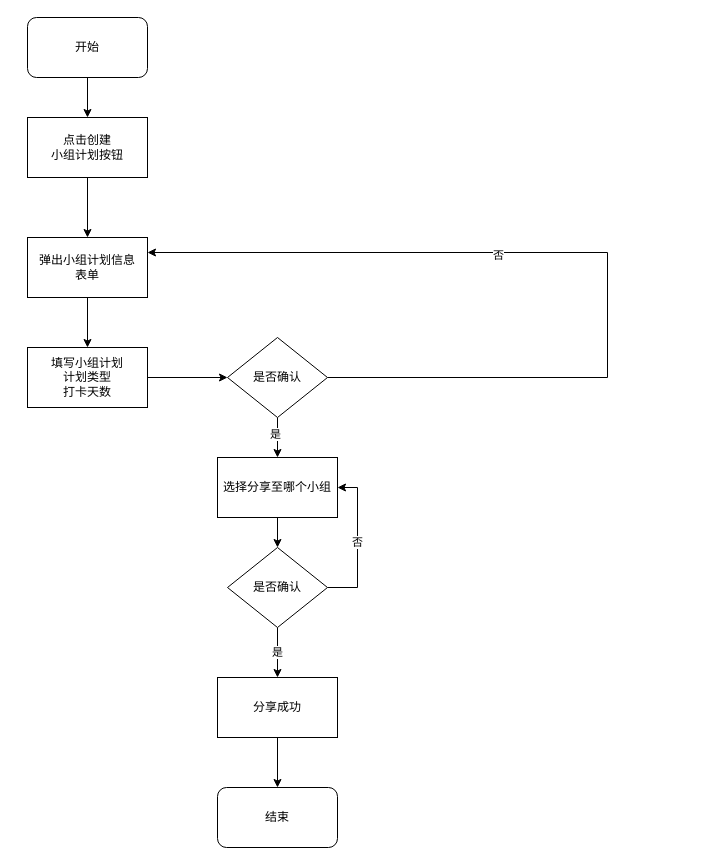
The draw.io diagram myPlan_flowChat.drawio in JohnnyLin12/GJR_BBS, before the edit. Source tidied: cells renumbered, new cells numbered last; positions are measured from the earlier drawing's top-left corner, leaving out a move shared by most shapes. Both pictures are drawn from the tidied source at 100%, with x=0, y=0 at pixel (27, 17).
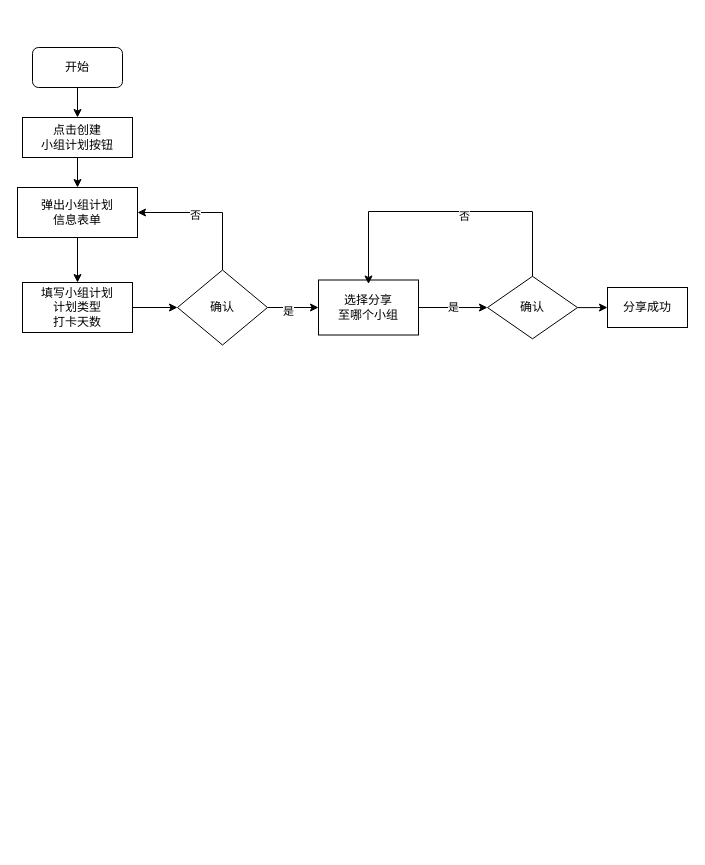
The same page after the edit.

The edit, as a diff of the source:
```diff
@@
     <mxCell id="3" value="开始" style="rounded=1;whiteSpace=wrap;html=1;" parent="1" vertex="1">
-      <mxGeometry width="120" height="60" as="geometry" />
+      <mxGeometry x="5" y="30" width="90" height="40" as="geometry" />
     </mxCell>
@@
     <mxCell id="5" value="点击创建&lt;br&gt;小组计划按钮" style="rounded=0;whiteSpace=wrap;html=1;" parent="1" vertex="1">
-      <mxGeometry y="100" width="120" height="60" as="geometry" />
+      <mxGeometry x="-5" y="100" width="110" height="40" as="geometry" />
     </mxCell>
@@
-    <mxCell id="7" value="弹出小组计划信息&lt;br&gt;表单" style="whiteSpace=wrap;html=1;rounded=0;" parent="1" vertex="1">
-      <mxGeometry y="220" width="120" height="60" as="geometry" />
+    <mxCell id="7" value="弹出小组计划&lt;br&gt;信息表单" style="whiteSpace=wrap;html=1;rounded=0;" parent="1" vertex="1">
+      <mxGeometry x="-10" y="170" width="120" height="50" as="geometry" />
     </mxCell>
@@
     <mxCell id="9" value="填写小组计划&lt;br&gt;计划类型&lt;br&gt;打卡天数" style="whiteSpace=wrap;html=1;rounded=0;" parent="1" vertex="1">
-      <mxGeometry y="330" width="120" height="60" as="geometry" />
+      <mxGeometry x="-5" y="265" width="110" height="50" as="geometry" />
     </mxCell>
-    <mxCell id="10" style="edgeStyle=orthogonalEdgeStyle;rounded=0;jettySize=auto;html=1;entryX=1;entryY=0.25;entryDx=0;entryDy=0;" parent="1" edge="1" source="14" target="7">
+    <mxCell id="10" style="edgeStyle=orthogonalEdgeStyle;rounded=0;jettySize=auto;html=1;entryX=1;entryY=0.5;entryDx=0;entryDy=0;exitX=0.5;exitY=0;exitDx=0;exitDy=0;" parent="1" edge="1" source="14" target="7">
       <mxGeometry relative="1" as="geometry">
         <Array as="points">
-          <mxPoint x="580" y="235" />
+          <mxPoint x="195" y="195" />
         </Array>
       </mxGeometry>
     </mxCell>
@@
-    <mxCell id="14" value="是否确认" style="rhombus;whiteSpace=wrap;html=1;rounded=0;" parent="1" vertex="1">
-      <mxGeometry x="200" y="320" width="100" height="80" as="geometry" />
+    <mxCell id="14" value="确认" style="rhombus;whiteSpace=wrap;html=1;rounded=0;" parent="1" vertex="1">
+      <mxGeometry x="150" y="252.5" width="90" height="75" as="geometry" />
     </mxCell>
-    <mxCell id="15" style="edgeStyle=orthogonalEdgeStyle;rounded=0;jettySize=auto;html=1;entryX=0.5;entryY=0;entryDx=0;entryDy=0;" parent="1" edge="1" source="16" target="19">
-      <mxGeometry relative="1" as="geometry" />
-    </mxCell>
+    <mxCell id="17" value="是" style="edgeStyle=orthogonalEdgeStyle;rounded=0;jettySize=auto;html=1;entryX=0;entryY=0.5;entryDx=0;entryDy=0;" parent="1" edge="1" source="16" target="19">
+      <mxGeometry relative="1" as="geometry" />
+    </mxCell>
-    <mxCell id="16" value="选择分享至哪个小组" style="whiteSpace=wrap;html=1;rounded=0;" parent="1" vertex="1">
-      <mxGeometry x="190" y="440" width="120" height="60" as="geometry" />
+    <mxCell id="16" value="选择分享&lt;br&gt;至哪个小组" style="whiteSpace=wrap;html=1;rounded=0;" parent="1" vertex="1">
+      <mxGeometry x="291" y="262.5" width="100" height="55" as="geometry" />
     </mxCell>
-    <mxCell id="17" value="是" style="edgeStyle=orthogonalEdgeStyle;rounded=0;jettySize=auto;html=1;" parent="1" edge="1" source="19" target="21">
-      <mxGeometry relative="1" as="geometry" />
-    </mxCell>
+    <mxCell id="23" style="edgeStyle=orthogonalEdgeStyle;rounded=0;jettySize=auto;html=1;" parent="1" edge="1" source="19" target="21">
+      <mxGeometry relative="1" as="geometry" />
+    </mxCell>
+    <mxCell id="24" style="edgeStyle=orthogonalEdgeStyle;rounded=0;orthogonalLoop=1;jettySize=auto;html=1;entryX=0.5;entryY=0;entryDx=0;entryDy=0;" parent="1" edge="1">
+      <mxGeometry relative="1" as="geometry">
+        <mxPoint x="505" y="262.8" as="sourcePoint" />
+        <mxPoint x="341" y="266.5" as="targetPoint" />
+        <Array as="points">
+          <mxPoint x="505" y="194" />
+          <mxPoint x="341" y="194" />
+        </Array>
+      </mxGeometry>
+    </mxCell>
-    <mxCell id="18" value="否" style="edgeStyle=orthogonalEdgeStyle;rounded=0;jettySize=auto;html=1;entryX=1;entryY=0.5;entryDx=0;entryDy=0;" parent="1" edge="1" source="19" target="16">
-      <mxGeometry relative="1" as="geometry">
-        <Array as="points">
-          <mxPoint x="330" y="570" />
-          <mxPoint x="330" y="470" />
-        </Array>
-      </mxGeometry>
+    <mxCell id="18" value="否" style="edgeLabel;html=1;align=center;verticalAlign=middle;" parent="24" vertex="1">
+      <mxGeometry x="-0.1" y="4" relative="1" as="geometry" />
     </mxCell>
-    <mxCell id="19" value="是否确认" style="rhombus;whiteSpace=wrap;html=1;rounded=0;" parent="1" vertex="1">
-      <mxGeometry x="200" y="530" width="100" height="80" as="geometry" />
+    <mxCell id="19" value="确认" style="rhombus;whiteSpace=wrap;html=1;rounded=0;" parent="1" vertex="1">
+      <mxGeometry x="460" y="258.8" width="90" height="62.5" as="geometry" />
     </mxCell>
-    <mxCell id="20" style="edgeStyle=orthogonalEdgeStyle;rounded=0;jettySize=auto;html=1;entryX=0.5;entryY=0;entryDx=0;entryDy=0;" parent="1" edge="1" source="21" target="22">
-      <mxGeometry relative="1" as="geometry" />
-    </mxCell>
     <mxCell id="21" value="分享成功" style="whiteSpace=wrap;html=1;rounded=0;" parent="1" vertex="1">
-      <mxGeometry x="190" y="660" width="120" height="60" as="geometry" />
+      <mxGeometry x="580" y="270" width="80" height="40" as="geometry" />
     </mxCell>
-    <mxCell id="22" value="结束" style="rounded=1;whiteSpace=wrap;html=1;" parent="1" vertex="1">
-      <mxGeometry x="190" y="770" width="120" height="60" as="geometry" />
-    </mxCell>
```
